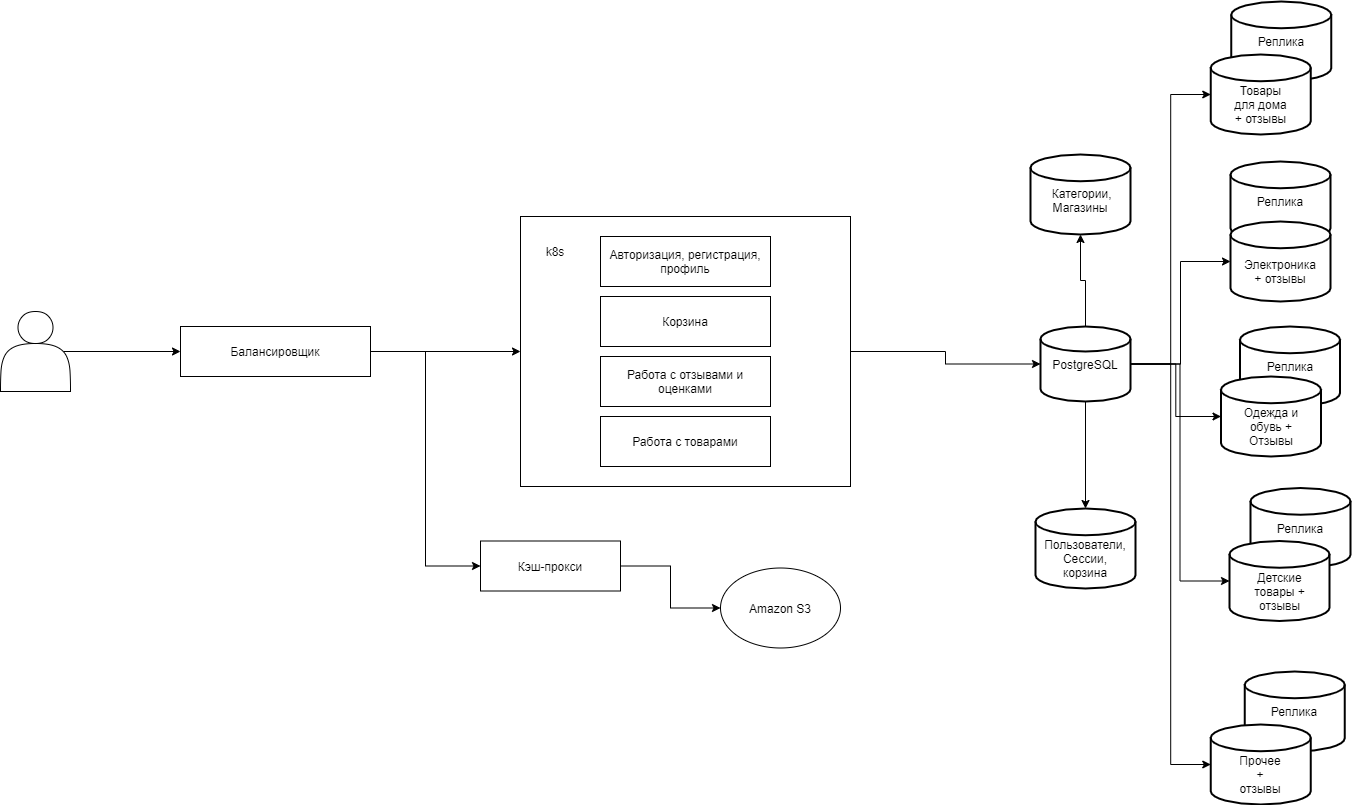
Above: files/shema.png in ErikDoter/highload (draw.io), before the change. Source tidied: cells renumbered, new cells last; positions are measured from the earlier drawing's top-left corner, leaving out a move shared by most shapes.
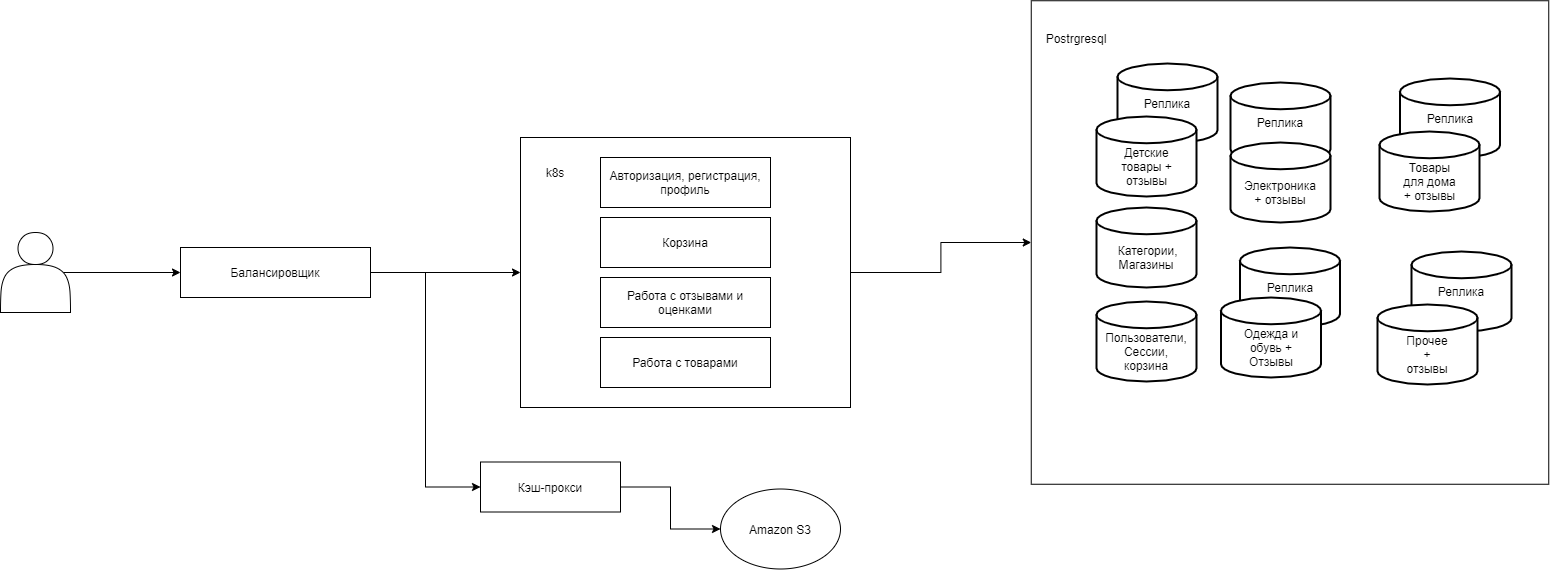
Above is the later version.

Diff of the diagram source:
```diff
@@ -2,6 +2,9 @@
   <root>
     <mxCell id="0" />
     <mxCell id="1" parent="0" />
+    <mxCell id="49" style="rounded=0;whiteSpace=wrap;html=1;" parent="1" vertex="1">
+      <mxGeometry x="1030.8" y="78.2" width="517.5" height="483.5" as="geometry" />
+    </mxCell>
     <mxCell id="2" style="edgeStyle=orthogonalEdgeStyle;rounded=0;jettySize=auto;html=1;exitX=0.9;exitY=0.5;exitDx=0;exitDy=0;exitPerimeter=0;entryX=0;entryY=0.5;entryDx=0;entryDy=0;" parent="1" edge="1" source="3" target="6">
       <mxGeometry relative="1" as="geometry" />
     </mxCell>
@@ -26,9 +29,9 @@
     <mxCell id="9" value="Amazon S3" style="ellipse;whiteSpace=wrap;html=1;" parent="1" vertex="1">
       <mxGeometry x="720" y="566.5" width="120" height="80" as="geometry" />
     </mxCell>
-    <mxCell id="10" style="edgeStyle=orthogonalEdgeStyle;rounded=0;jettySize=auto;html=1;exitX=1;exitY=0.5;exitDx=0;exitDy=0;entryX=0;entryY=0.5;entryDx=0;entryDy=0;entryPerimeter=0;" parent="1" edge="1" source="11" target="23">
-      <mxGeometry relative="1" as="geometry" />
-    </mxCell>
+    <mxCell id="50" style="edgeStyle=orthogonalEdgeStyle;rounded=0;jettySize=auto;html=1;exitX=1;exitY=0.5;exitDx=0;exitDy=0;entryX=0;entryY=0.5;entryDx=0;entryDy=0;" parent="1" edge="1" source="11" target="49">
+      <mxGeometry relative="1" as="geometry" />
+    </mxCell>
     <mxCell id="11" style="rounded=0;whiteSpace=wrap;html=1;" parent="1" vertex="1">
       <mxGeometry x="520" y="215" width="330" height="270" as="geometry" />
     </mxCell>
@@ -44,47 +47,23 @@
     <mxCell id="15" value="Авторизация, регистрация, профиль" style="rounded=0;whiteSpace=wrap;html=1;" parent="1" vertex="1">
       <mxGeometry x="600" y="235" width="170" height="50" as="geometry" />
     </mxCell>
-    <mxCell id="16" style="edgeStyle=orthogonalEdgeStyle;rounded=0;jettySize=auto;html=1;exitX=1;exitY=0.5;exitDx=0;exitDy=0;exitPerimeter=0;entryX=0;entryY=0.5;entryDx=0;entryDy=0;entryPerimeter=0;" parent="1" edge="1" source="23" target="37">
-      <mxGeometry relative="1" as="geometry" />
-    </mxCell>
-    <mxCell id="17" style="edgeStyle=orthogonalEdgeStyle;rounded=0;jettySize=auto;html=1;exitX=1;exitY=0.5;exitDx=0;exitDy=0;exitPerimeter=0;entryX=0;entryY=0.5;entryDx=0;entryDy=0;entryPerimeter=0;" parent="1" edge="1" source="23" target="33">
-      <mxGeometry relative="1" as="geometry" />
-    </mxCell>
-    <mxCell id="18" style="edgeStyle=orthogonalEdgeStyle;rounded=0;jettySize=auto;html=1;exitX=1;exitY=0.5;exitDx=0;exitDy=0;exitPerimeter=0;entryX=0;entryY=0.5;entryDx=0;entryDy=0;entryPerimeter=0;" parent="1" edge="1" source="23" target="34">
-      <mxGeometry relative="1" as="geometry" />
-    </mxCell>
-    <mxCell id="19" style="edgeStyle=orthogonalEdgeStyle;rounded=0;jettySize=auto;html=1;exitX=1;exitY=0.5;exitDx=0;exitDy=0;exitPerimeter=0;entryX=0;entryY=0.5;entryDx=0;entryDy=0;entryPerimeter=0;" parent="1" edge="1" source="23" target="35">
-      <mxGeometry relative="1" as="geometry" />
-    </mxCell>
-    <mxCell id="20" style="edgeStyle=orthogonalEdgeStyle;rounded=0;jettySize=auto;html=1;exitX=1;exitY=0.5;exitDx=0;exitDy=0;exitPerimeter=0;entryX=0;entryY=0.5;entryDx=0;entryDy=0;entryPerimeter=0;" parent="1" edge="1" source="23" target="36">
-      <mxGeometry relative="1" as="geometry" />
-    </mxCell>
-    <mxCell id="21" style="edgeStyle=orthogonalEdgeStyle;rounded=0;jettySize=auto;html=1;exitX=0.5;exitY=0;exitDx=0;exitDy=0;exitPerimeter=0;" parent="1" edge="1" source="23" target="46">
-      <mxGeometry relative="1" as="geometry" />
-    </mxCell>
-    <mxCell id="22" style="edgeStyle=orthogonalEdgeStyle;rounded=0;jettySize=auto;html=1;exitX=0.5;exitY=1;exitDx=0;exitDy=0;exitPerimeter=0;" parent="1" edge="1" source="23" target="45">
-      <mxGeometry relative="1" as="geometry" />
-    </mxCell>
-    <mxCell id="23" value="PostgreSQL" style="strokeWidth=2;html=1;shape=mxgraph.flowchart.database;whiteSpace=wrap;" parent="1" vertex="1">
-      <mxGeometry x="1040" y="325" width="90" height="75" as="geometry" />
-    </mxCell>
     <mxCell id="24" style="strokeWidth=2;html=1;shape=mxgraph.flowchart.database;whiteSpace=wrap;" parent="1" vertex="1">
-      <mxGeometry x="1244.2" y="670" width="100" height="80" as="geometry" />
+      <mxGeometry x="1411" y="329" width="100" height="80" as="geometry" />
     </mxCell>
     <mxCell id="25" value="Реплика" style="text;html=1;strokeColor=none;fillColor=none;align=center;verticalAlign=middle;whiteSpace=wrap;rounded=0;" parent="1" vertex="1">
-      <mxGeometry x="1274.2" y="700" width="40" height="20" as="geometry" />
+      <mxGeometry x="1441" y="359" width="40" height="20" as="geometry" />
     </mxCell>
     <mxCell id="26" style="strokeWidth=2;html=1;shape=mxgraph.flowchart.database;whiteSpace=wrap;" parent="1" vertex="1">
-      <mxGeometry x="1230.8" width="100" height="80" as="geometry" />
+      <mxGeometry x="1399.5" y="156" width="100" height="80" as="geometry" />
     </mxCell>
     <mxCell id="27" value="Реплика" style="text;html=1;strokeColor=none;fillColor=none;align=center;verticalAlign=middle;whiteSpace=wrap;rounded=0;" parent="1" vertex="1">
-      <mxGeometry x="1260.8" y="30" width="40" height="20" as="geometry" />
+      <mxGeometry x="1429.5" y="186" width="40" height="20" as="geometry" />
     </mxCell>
     <mxCell id="28" style="strokeWidth=2;html=1;shape=mxgraph.flowchart.database;whiteSpace=wrap;" parent="1" vertex="1">
-      <mxGeometry x="1250" y="486.5" width="100" height="80" as="geometry" />
+      <mxGeometry x="1117" y="141" width="100" height="80" as="geometry" />
     </mxCell>
     <mxCell id="29" value="Реплика" style="text;html=1;strokeColor=none;fillColor=none;align=center;verticalAlign=middle;whiteSpace=wrap;rounded=0;" parent="1" vertex="1">
-      <mxGeometry x="1280" y="516.5" width="40" height="20" as="geometry" />
+      <mxGeometry x="1147" y="171" width="40" height="20" as="geometry" />
     </mxCell>
     <mxCell id="30" style="strokeWidth=2;html=1;shape=mxgraph.flowchart.database;whiteSpace=wrap;" parent="1" vertex="1">
       <mxGeometry x="1239.5" y="325" width="100" height="80" as="geometry" />
@@ -102,13 +81,13 @@
       <mxGeometry x="1220.5" y="375" width="100" height="80" as="geometry" />
     </mxCell>
     <mxCell id="35" style="strokeWidth=2;html=1;shape=mxgraph.flowchart.database;whiteSpace=wrap;" parent="1" vertex="1">
-      <mxGeometry x="1229" y="539.5" width="100" height="80" as="geometry" />
+      <mxGeometry x="1096" y="194" width="100" height="80" as="geometry" />
     </mxCell>
     <mxCell id="36" style="strokeWidth=2;html=1;shape=mxgraph.flowchart.database;whiteSpace=wrap;" parent="1" vertex="1">
-      <mxGeometry x="1210.2" y="723" width="100" height="80" as="geometry" />
+      <mxGeometry x="1377" y="382" width="100" height="80" as="geometry" />
     </mxCell>
     <mxCell id="37" style="strokeWidth=2;html=1;shape=mxgraph.flowchart.database;whiteSpace=wrap;" parent="1" vertex="1">
-      <mxGeometry x="1210.2" y="53" width="100" height="80" as="geometry" />
+      <mxGeometry x="1379" y="209" width="100" height="80" as="geometry" />
     </mxCell>
     <mxCell id="38" value="Электроника + отзывы" style="text;html=1;strokeColor=none;fillColor=none;align=center;verticalAlign=middle;whiteSpace=wrap;rounded=0;" parent="1" vertex="1">
       <mxGeometry x="1260" y="260" width="40" height="20" as="geometry" />
@@ -117,13 +96,13 @@
       <mxGeometry x="1241.5" y="415" width="58" height="20" as="geometry" />
     </mxCell>
     <mxCell id="40" value="Детские товары + отзывы" style="text;html=1;strokeColor=none;fillColor=none;align=center;verticalAlign=middle;whiteSpace=wrap;rounded=0;" parent="1" vertex="1">
-      <mxGeometry x="1245.5" y="579.5" width="67" height="20" as="geometry" />
+      <mxGeometry x="1112.5" y="234" width="67" height="20" as="geometry" />
     </mxCell>
     <mxCell id="41" value="Товары для дома + отзывы" style="text;html=1;strokeColor=none;fillColor=none;align=center;verticalAlign=middle;whiteSpace=wrap;rounded=0;" parent="1" vertex="1">
-      <mxGeometry x="1230.8" y="93" width="59" height="20" as="geometry" />
+      <mxGeometry x="1399.5" y="249" width="59" height="20" as="geometry" />
     </mxCell>
     <mxCell id="42" value="Прочее + отзывы" style="text;html=1;strokeColor=none;fillColor=none;align=center;verticalAlign=middle;whiteSpace=wrap;rounded=0;" parent="1" vertex="1">
-      <mxGeometry x="1240.2" y="763" width="40" height="20" as="geometry" />
+      <mxGeometry x="1407" y="422" width="40" height="20" as="geometry" />
     </mxCell>
     <mxCell id="43" value="Реплика" style="text;html=1;strokeColor=none;fillColor=none;align=center;verticalAlign=middle;whiteSpace=wrap;rounded=0;" parent="1" vertex="1">
       <mxGeometry x="1260" y="190" width="40" height="20" as="geometry" />
@@ -132,16 +111,19 @@
       <mxGeometry x="535" y="240" width="40" height="20" as="geometry" />
     </mxCell>
     <mxCell id="45" style="strokeWidth=2;html=1;shape=mxgraph.flowchart.database;whiteSpace=wrap;" parent="1" vertex="1">
-      <mxGeometry x="1035" y="507" width="100" height="80" as="geometry" />
+      <mxGeometry x="1096" y="379" width="100" height="80" as="geometry" />
     </mxCell>
     <mxCell id="46" style="strokeWidth=2;html=1;shape=mxgraph.flowchart.database;whiteSpace=wrap;" parent="1" vertex="1">
-      <mxGeometry x="1030" y="153" width="100" height="80" as="geometry" />
+      <mxGeometry x="1096" y="285" width="100" height="80" as="geometry" />
     </mxCell>
     <mxCell id="47" value="Пользователи, Сессии, корзина" style="text;html=1;strokeColor=none;fillColor=none;align=center;verticalAlign=middle;whiteSpace=wrap;rounded=0;" parent="1" vertex="1">
-      <mxGeometry x="1065" y="547" width="40" height="20" as="geometry" />
+      <mxGeometry x="1126" y="419" width="40" height="20" as="geometry" />
     </mxCell>
     <mxCell id="48" value="&amp;nbsp;Категории, Магазины" style="text;html=1;strokeColor=none;fillColor=none;align=center;verticalAlign=middle;whiteSpace=wrap;rounded=0;" parent="1" vertex="1">
-      <mxGeometry x="1060" y="187" width="40" height="24" as="geometry" />
+      <mxGeometry x="1126" y="323" width="40" height="24" as="geometry" />
     </mxCell>
+    <mxCell id="51" value="Postrgresql" style="text;html=1;strokeColor=none;fillColor=none;align=center;verticalAlign=middle;whiteSpace=wrap;rounded=0;" parent="1" vertex="1">
+      <mxGeometry x="1056" y="106" width="40" height="20" as="geometry" />
+    </mxCell>
   </root>
 </mxGraphModel>
```
